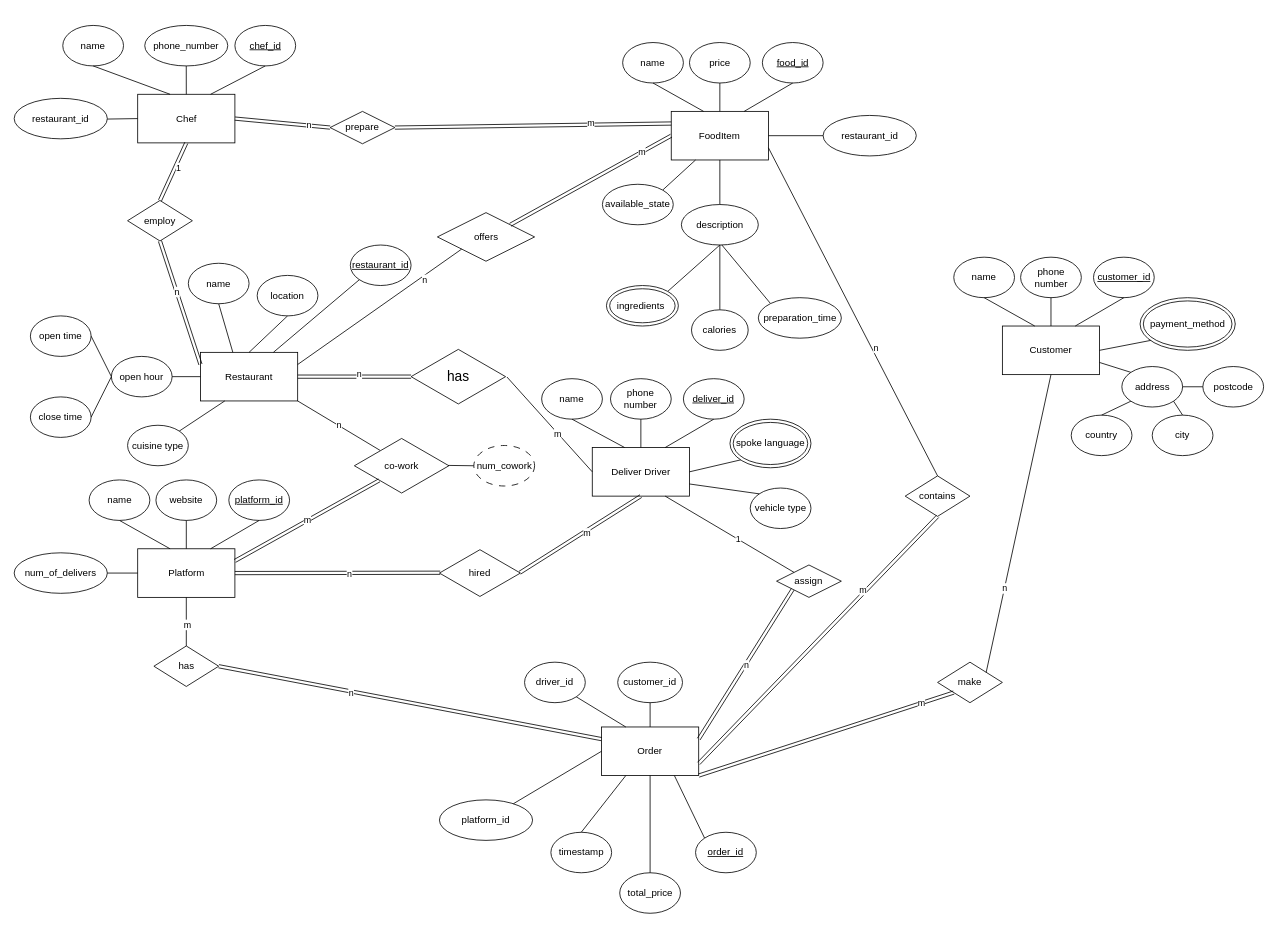
Earlier version of the draw.io diagram img/assignment1.drawio (MutianLiu110/JavaEESampleProject). Source tidied: cells renumbered, new cells numbered last; positions are measured from the earlier drawing's top-left corner, leaving out a move shared by most shapes. Both pictures are drawn from the tidied source at 81%, with x=0, y=0 at pixel (14, 25).
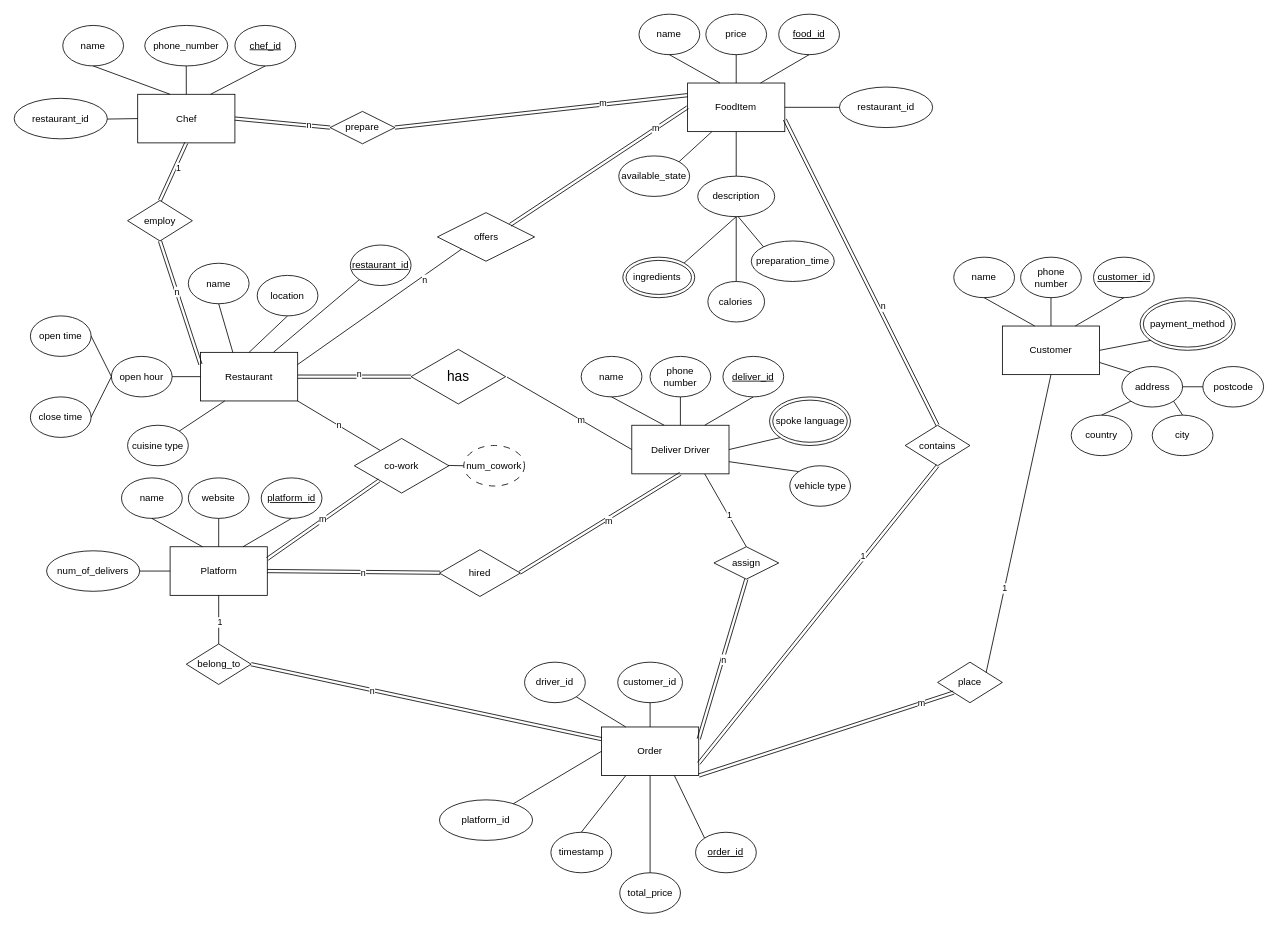
The same page after the edit.

The change refers to these unchanged cells:
```xml
<mxCell id="54" value="Order" style="rounded=0;whiteSpace=wrap;html=1;" parent="1" vertex="1">
  <mxGeometry x="725.1" y="866" width="120" height="60" as="geometry" />
</mxCell>
<mxCell id="112" style="endArrow=none;html=1;rounded=0;exitX=0.5;exitY=0;exitDx=0;exitDy=0;entryX=0.5;entryY=1;entryDx=0;entryDy=0;" parent="1" edge="1" source="111" target="45">
  <mxGeometry relative="1" as="geometry" />
</mxCell>
<mxCell id="122" style="endArrow=none;html=1;rounded=0;exitX=1;exitY=0.75;exitDx=0;exitDy=0;entryX=0.5;entryY=1;entryDx=0;entryDy=0;shape=link;" parent="1" edge="1" source="54" target="121">
  <mxGeometry relative="1" as="geometry" />
</mxCell>
<mxCell id="142" style="endArrow=none;html=1;rounded=0;exitX=1;exitY=0;exitDx=0;exitDy=0;entryX=0.5;entryY=1;entryDx=0;entryDy=0;" parent="1" edge="1" source="141" target="28">
  <mxGeometry relative="1" as="geometry" />
</mxCell>
```

The edit, as a diff of the source:
```diff
@@
     <mxCell id="17" value="Deliver Driver" style="rounded=0;whiteSpace=wrap;html=1;" parent="1" vertex="1">
-      <mxGeometry x="713.7" y="521" width="120" height="60" as="geometry" />
+      <mxGeometry x="762.5" y="493.5" width="120" height="60" as="geometry" />
     </mxCell>
     <mxCell id="18" value="&lt;u&gt;deliver_id&lt;/u&gt;" style="ellipse;whiteSpace=wrap;html=1;" parent="1" vertex="1">
-      <mxGeometry x="826.2" y="436" width="75" height="50" as="geometry" />
+      <mxGeometry x="875" y="408.5" width="75" height="50" as="geometry" />
     </mxCell>
@@
     <mxCell id="20" value="name" style="ellipse;whiteSpace=wrap;html=1;" parent="1" vertex="1">
-      <mxGeometry x="651.2" y="436" width="75" height="50" as="geometry" />
+      <mxGeometry x="700" y="408.5" width="75" height="50" as="geometry" />
     </mxCell>
     <mxCell id="21" value="phone number" style="ellipse;whiteSpace=wrap;html=1;" parent="1" vertex="1">
-      <mxGeometry x="736.2" y="436" width="75" height="50" as="geometry" />
+      <mxGeometry x="785" y="408.5" width="75" height="50" as="geometry" />
     </mxCell>
@@
     <mxCell id="25" value="vehicle type" style="ellipse;whiteSpace=wrap;html=1;" parent="1" vertex="1">
-      <mxGeometry x="908.7" y="571" width="75" height="50" as="geometry" />
+      <mxGeometry x="957.5" y="543.5" width="75" height="50" as="geometry" />
     </mxCell>
@@
     <mxCell id="27" value="spoke language" style="ellipse;shape=doubleEllipse;whiteSpace=wrap;html=1;" parent="1" vertex="1">
-      <mxGeometry x="883.7" y="486" width="100" height="60" as="geometry" />
+      <mxGeometry x="932.5" y="458.5" width="100" height="60" as="geometry" />
     </mxCell>
@@
     <mxCell id="45" value="Platform" style="rounded=0;whiteSpace=wrap;html=1;" parent="1" vertex="1">
-      <mxGeometry x="152.5" y="646" width="120" height="60" as="geometry" />
+      <mxGeometry x="192.5" y="643.5" width="120" height="60" as="geometry" />
     </mxCell>
     <mxCell id="46" value="&lt;u&gt;platform_id&lt;/u&gt;" style="ellipse;whiteSpace=wrap;html=1;" parent="1" vertex="1">
-      <mxGeometry x="265" y="561" width="75" height="50" as="geometry" />
+      <mxGeometry x="305" y="558.5" width="75" height="50" as="geometry" />
     </mxCell>
@@
     <mxCell id="48" value="name" style="ellipse;whiteSpace=wrap;html=1;" parent="1" vertex="1">
-      <mxGeometry x="92.5" y="561" width="75" height="50" as="geometry" />
+      <mxGeometry x="132.5" y="558.5" width="75" height="50" as="geometry" />
     </mxCell>
     <mxCell id="49" value="website" style="ellipse;whiteSpace=wrap;html=1;" parent="1" vertex="1">
-      <mxGeometry x="175" y="561" width="75" height="50" as="geometry" />
+      <mxGeometry x="215" y="558.5" width="75" height="50" as="geometry" />
     </mxCell>
@@
     <mxCell id="52" value="num_of_delivers" style="ellipse;whiteSpace=wrap;html=1;" parent="1" vertex="1">
-      <mxGeometry y="651" width="115" height="50" as="geometry" />
+      <mxGeometry x="40" y="648.5" width="115" height="50" as="geometry" />
     </mxCell>
@@
     <mxCell id="82" value="FoodItem" style="rounded=0;whiteSpace=wrap;html=1;" parent="1" vertex="1">
-      <mxGeometry x="811.2" y="106" width="120" height="60" as="geometry" />
+      <mxGeometry x="831.4" y="71" width="120" height="60" as="geometry" />
     </mxCell>
     <mxCell id="83" value="&lt;u&gt;food_id&lt;/u&gt;" style="ellipse;whiteSpace=wrap;html=1;" parent="1" vertex="1">
-      <mxGeometry x="923.7" y="21" width="75" height="50" as="geometry" />
+      <mxGeometry x="943.9" y="-14" width="75" height="50" as="geometry" />
     </mxCell>
@@
     <mxCell id="85" value="name" style="ellipse;whiteSpace=wrap;html=1;" parent="1" vertex="1">
-      <mxGeometry x="751.2" y="21" width="75" height="50" as="geometry" />
+      <mxGeometry x="771.4" y="-14" width="75" height="50" as="geometry" />
     </mxCell>
     <mxCell id="86" value="price" style="ellipse;whiteSpace=wrap;html=1;" parent="1" vertex="1">
-      <mxGeometry x="833.7" y="21" width="75" height="50" as="geometry" />
+      <mxGeometry x="853.9" y="-14" width="75" height="50" as="geometry" />
     </mxCell>
@@
     <mxCell id="89" value="restaurant_id" style="ellipse;whiteSpace=wrap;html=1;" parent="1" vertex="1">
-      <mxGeometry x="998.7" y="111" width="115" height="50" as="geometry" />
+      <mxGeometry x="1018.9" y="76" width="115" height="50" as="geometry" />
     </mxCell>
@@
     <mxCell id="92" value="available_state" style="ellipse;whiteSpace=wrap;html=1;" parent="1" vertex="1">
-      <mxGeometry x="726.2" y="196" width="87.5" height="50" as="geometry" />
+      <mxGeometry x="746.4" y="161" width="87.5" height="50" as="geometry" />
     </mxCell>
@@
     <mxCell id="94" value="description" style="ellipse;whiteSpace=wrap;html=1;" parent="1" vertex="1">
-      <mxGeometry x="823.7" y="221" width="95" height="50" as="geometry" />
+      <mxGeometry x="843.9" y="186" width="95" height="50" as="geometry" />
     </mxCell>
@@
     <mxCell id="96" value="ingredients&amp;nbsp;" style="ellipse;shape=doubleEllipse;whiteSpace=wrap;html=1;" parent="1" vertex="1">
-      <mxGeometry x="731.2" y="321" width="88.8" height="50" as="geometry" />
+      <mxGeometry x="751.4" y="286" width="88.8" height="50" as="geometry" />
     </mxCell>
@@
     <mxCell id="98" value="calories" style="ellipse;whiteSpace=wrap;html=1;" parent="1" vertex="1">
-      <mxGeometry x="836.2" y="351" width="70" height="50" as="geometry" />
+      <mxGeometry x="856.4" y="316" width="70" height="50" as="geometry" />
     </mxCell>
     <mxCell id="99" style="endArrow=none;html=1;rounded=0;entryX=0;entryY=0;entryDx=0;entryDy=0;" parent="1" edge="1" target="100">
       <mxGeometry relative="1" as="geometry">
-        <mxPoint x="873.7" y="271" as="sourcePoint" />
+        <mxPoint x="893.9" y="236" as="sourcePoint" />
       </mxGeometry>
     </mxCell>
     <mxCell id="100" value="preparation_time" style="ellipse;whiteSpace=wrap;html=1;" parent="1" vertex="1">
-      <mxGeometry x="918.7" y="336" width="102.5" height="50" as="geometry" />
+      <mxGeometry x="910" y="266" width="102.5" height="50" as="geometry" />
     </mxCell>
@@
     <mxCell id="105" value="num_cowork" style="ellipse;whiteSpace=wrap;html=1;dashed=1;dashPattern=8 8;" parent="1" vertex="1">
-      <mxGeometry x="567.5" y="518.5" width="75" height="50" as="geometry" />
+      <mxGeometry x="555.1" y="518.5" width="75" height="50" as="geometry" />
     </mxCell>
@@
-    <mxCell id="111" value="has" style="rhombus;whiteSpace=wrap;html=1;" parent="1" vertex="1">
-      <mxGeometry x="172.5" y="766" width="80" height="50" as="geometry" />
+    <mxCell id="111" value="belong_to" style="rhombus;whiteSpace=wrap;html=1;" parent="1" vertex="1">
+      <mxGeometry x="212.5" y="763.5" width="80" height="50" as="geometry" />
     </mxCell>
@@
-    <mxCell id="113" value="m" style="edgeLabel;html=1;align=center;verticalAlign=middle;" parent="112" vertex="1">
+    <mxCell id="113" value="1" style="edgeLabel;html=1;align=center;verticalAlign=middle;" parent="112" vertex="1">
       <mxGeometry x="-0.11" y="-1" relative="1" as="geometry" />
     </mxCell>
@@
     <mxCell id="121" value="contains" style="rhombus;whiteSpace=wrap;html=1;" parent="1" vertex="1">
-      <mxGeometry x="1100" y="556" width="80" height="50" as="geometry" />
+      <mxGeometry x="1100" y="493.5" width="80" height="50" as="geometry" />
     </mxCell>
@@
-    <mxCell id="123" value="m" style="edgeLabel;html=1;align=center;verticalAlign=middle;" parent="122" vertex="1">
+    <mxCell id="123" value="1" style="edgeLabel;html=1;align=center;verticalAlign=middle;" parent="122" vertex="1">
       <mxGeometry x="0.39" y="3" relative="1" as="geometry" />
     </mxCell>
-    <mxCell id="124" style="endArrow=none;html=1;rounded=0;exitX=1;exitY=0.75;exitDx=0;exitDy=0;entryX=0.5;entryY=0;entryDx=0;entryDy=0;" parent="1" edge="1" source="82" target="121">
+    <mxCell id="124" style="endArrow=none;html=1;rounded=0;exitX=1;exitY=0.75;exitDx=0;exitDy=0;entryX=0.5;entryY=0;entryDx=0;entryDy=0;shape=link;" parent="1" edge="1" source="82" target="121">
       <mxGeometry relative="1" as="geometry" />
     </mxCell>
@@
     <mxCell id="136" value="assign" style="rhombus;whiteSpace=wrap;html=1;" parent="1" vertex="1">
-      <mxGeometry x="941.2" y="666" width="80" height="40" as="geometry" />
+      <mxGeometry x="863.9" y="643.5" width="80" height="40" as="geometry" />
     </mxCell>
-    <mxCell id="137" style="endArrow=none;html=1;rounded=0;exitX=0.75;exitY=1;exitDx=0;exitDy=0;" parent="1" edge="1" source="17" target="136">
+    <mxCell id="137" style="endArrow=none;html=1;rounded=0;exitX=0.75;exitY=1;exitDx=0;exitDy=0;entryX=0.5;entryY=0;entryDx=0;entryDy=0;" parent="1" edge="1" source="17" target="136">
       <mxGeometry relative="1" as="geometry" />
     </mxCell>
@@
-    <mxCell id="139" style="endArrow=none;html=1;rounded=0;exitX=1;exitY=0.25;exitDx=0;exitDy=0;shape=link;entryX=0;entryY=1;entryDx=0;entryDy=0;" parent="1" edge="1" source="54" target="136">
+    <mxCell id="139" style="endArrow=none;html=1;rounded=0;exitX=1;exitY=0.25;exitDx=0;exitDy=0;shape=link;entryX=0.5;entryY=1;entryDx=0;entryDy=0;" parent="1" edge="1" source="54" target="136">
       <mxGeometry relative="1" as="geometry" />
     </mxCell>
@@
-    <mxCell id="141" value="make" style="rhombus;whiteSpace=wrap;html=1;" parent="1" vertex="1">
+    <mxCell id="141" value="place" style="rhombus;whiteSpace=wrap;html=1;" parent="1" vertex="1">
       <mxGeometry x="1140" y="786" width="80" height="50" as="geometry" />
     </mxCell>
@@
-    <mxCell id="143" value="n" style="edgeLabel;html=1;align=center;verticalAlign=middle;" parent="142" vertex="1">
+    <mxCell id="143" value="1" style="edgeLabel;html=1;align=center;verticalAlign=middle;" parent="142" vertex="1">
       <mxGeometry x="-0.44" relative="1" as="geometry">
         <mxPoint y="-1" as="offset" />
       </mxGeometry>
     </mxCell>
```
